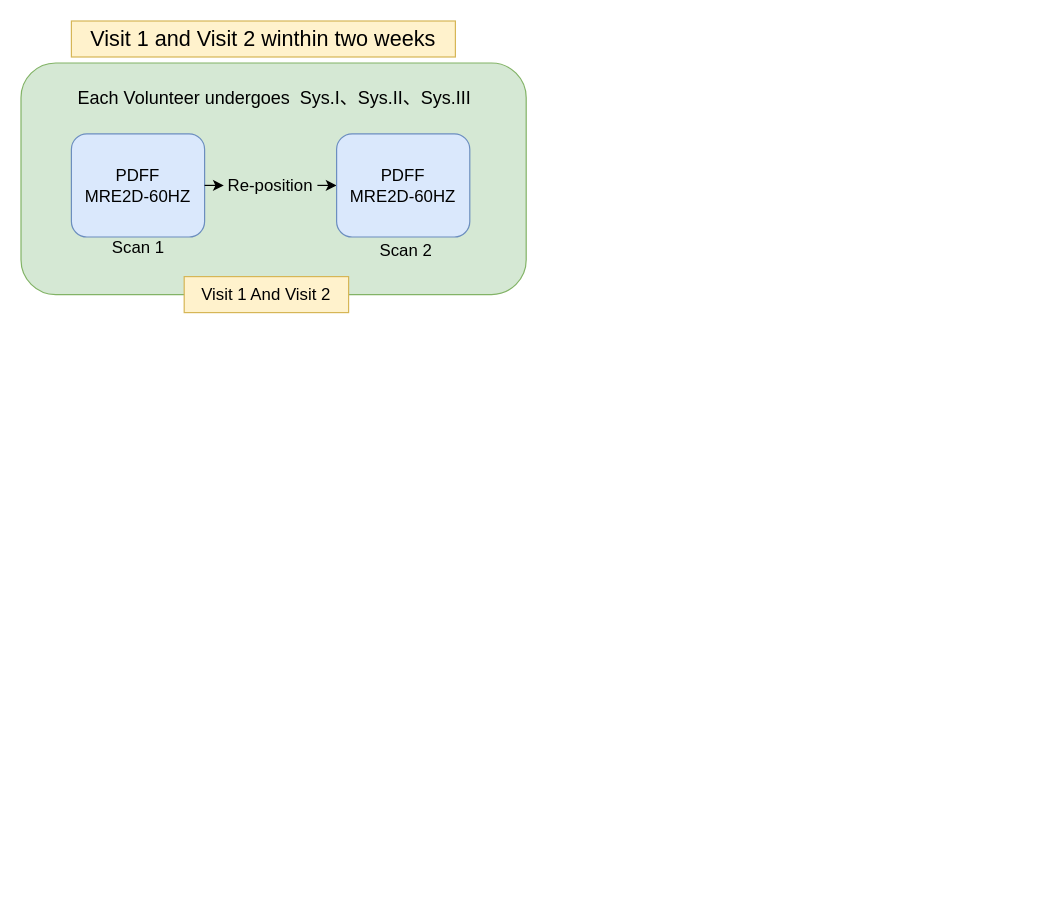
This is MRI.drawio from judy-shang/IODraws, a draw.io file, before an edit. Source tidied: cells renumbered, new cells numbered last; positions are measured from the earlier drawing's top-left corner, leaving out a move shared by most shapes. Both pictures are drawn from the tidied source at 120%, with x=0, y=0 at pixel (20, 20).
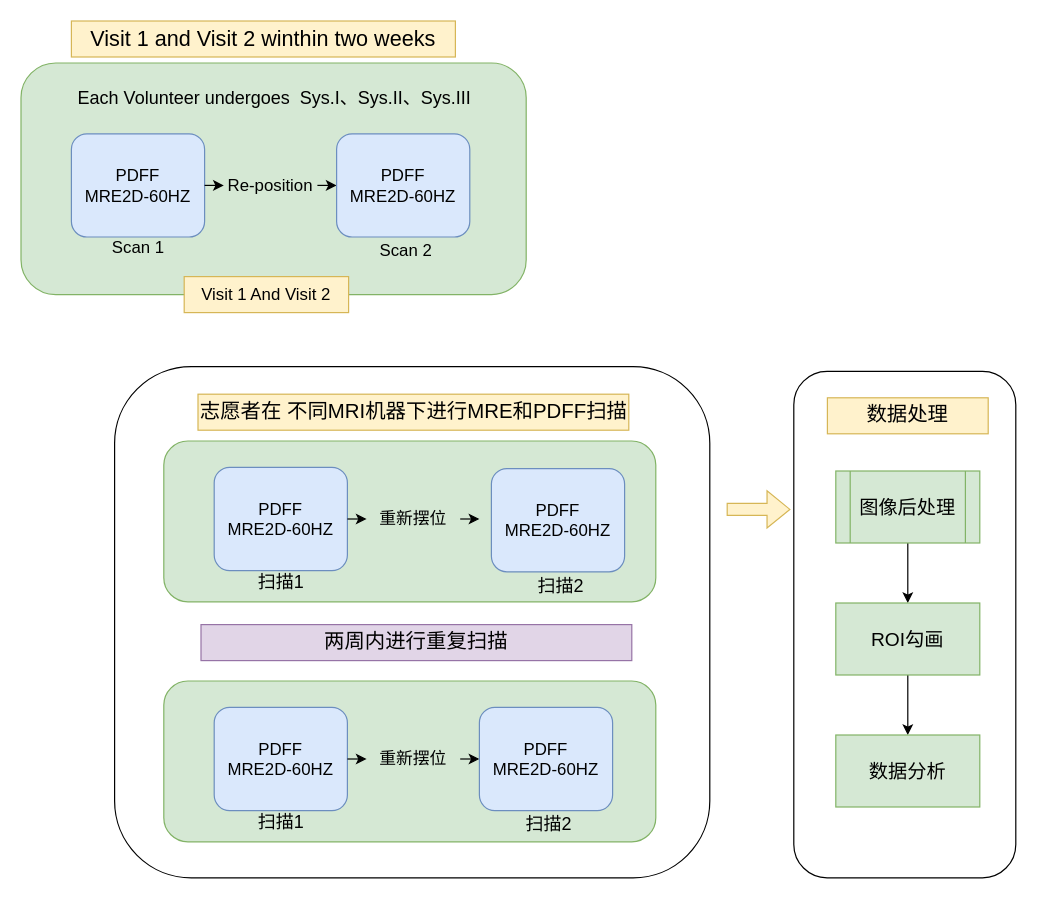
Above is the later version.

Diff of the diagram source:
```diff
@@
+    <mxCell id="15" style="rounded=1;whiteSpace=wrap;html=1;" parent="1" vertex="1">
+      <mxGeometry x="644" y="292" width="185" height="422" as="geometry" />
+    </mxCell>
+    <mxCell id="16" style="rounded=1;whiteSpace=wrap;html=1;" parent="1" vertex="1">
+      <mxGeometry x="78" y="288" width="496" height="426" as="geometry" />
+    </mxCell>
@@
+    <mxCell id="17" style="rounded=1;whiteSpace=wrap;html=1;fillColor=#d5e8d4;strokeColor=#82b366;" parent="1" vertex="1">
+      <mxGeometry x="119" y="350" width="410" height="134" as="geometry" />
+    </mxCell>
+    <mxCell id="18" value="&lt;font style=&quot;font-size: 17px;&quot;&gt;志愿者在 不同MRI机器下进行MRE和PDFF扫描&lt;/font&gt;" style="text;html=1;whiteSpace=wrap;strokeColor=#d6b656;fillColor=#fff2cc;align=center;verticalAlign=middle;rounded=0;fontSize=15;" parent="1" vertex="1">
+      <mxGeometry x="147.5" y="311" width="359" height="30" as="geometry" />
+    </mxCell>
+    <mxCell id="19" style="edgeStyle=orthogonalEdgeStyle;rounded=0;jettySize=auto;html=1;exitX=1;exitY=0.5;exitDx=0;exitDy=0;entryX=0;entryY=0.5;entryDx=0;entryDy=0;" parent="1" edge="1" source="24">
+      <mxGeometry relative="1" as="geometry">
+        <mxPoint x="382" y="415" as="targetPoint" />
+      </mxGeometry>
+    </mxCell>
+    <mxCell id="20" style="group;" parent="1" vertex="1">
+      <mxGeometry x="161" y="372" width="111" height="123" as="geometry" />
+    </mxCell>
+    <mxCell id="21" value="PDFF&lt;div&gt;MRE2D-60HZ&lt;/div&gt;" style="rounded=1;whiteSpace=wrap;html=1;fontSize=14;fillColor=#dae8fc;strokeColor=#6c8ebf;" parent="20" vertex="1">
+      <mxGeometry width="111" height="86" as="geometry" />
+    </mxCell>
+    <mxCell id="22" value="&lt;font style=&quot;font-size: 15px;&quot;&gt;扫描1&lt;/font&gt;" style="text;html=1;whiteSpace=wrap;strokeColor=none;fillColor=none;align=center;verticalAlign=middle;rounded=0;fontSize=14;" parent="20" vertex="1">
+      <mxGeometry x="25.5" y="80" width="60" height="30" as="geometry" />
+    </mxCell>
+    <mxCell id="23" style="edgeStyle=orthogonalEdgeStyle;rounded=0;jettySize=auto;html=1;exitX=1;exitY=0.5;exitDx=0;exitDy=0;entryX=0;entryY=0.5;entryDx=0;entryDy=0;" parent="1" edge="1" source="21" target="24">
+      <mxGeometry relative="1" as="geometry" />
+    </mxCell>
+    <mxCell id="24" value="重新摆位" style="text;html=1;whiteSpace=wrap;strokeColor=none;fillColor=none;align=center;verticalAlign=middle;rounded=0;fontSize=14;" parent="1" vertex="1">
+      <mxGeometry x="288" y="400" width="78" height="30" as="geometry" />
+    </mxCell>
+    <mxCell id="25" value="&lt;font style=&quot;font-size: 17px;&quot;&gt;两周内进行重复扫描&lt;/font&gt;" style="text;html=1;whiteSpace=wrap;strokeColor=#9673a6;fillColor=#e1d5e7;align=center;verticalAlign=middle;rounded=0;fontSize=15;" parent="1" vertex="1">
+      <mxGeometry x="150" y="503" width="359" height="30" as="geometry" />
+    </mxCell>
+    <mxCell id="26" style="rounded=1;whiteSpace=wrap;html=1;fillColor=#d5e8d4;strokeColor=#82b366;" parent="1" vertex="1">
+      <mxGeometry x="119" y="550" width="410" height="134" as="geometry" />
+    </mxCell>
+    <mxCell id="27" style="edgeStyle=orthogonalEdgeStyle;rounded=0;jettySize=auto;html=1;exitX=1;exitY=0.5;exitDx=0;exitDy=0;entryX=0;entryY=0.5;entryDx=0;entryDy=0;" parent="1" edge="1" source="35" target="32">
+      <mxGeometry relative="1" as="geometry" />
+    </mxCell>
+    <mxCell id="28" style="group;" parent="1" vertex="1">
+      <mxGeometry x="161" y="572" width="111" height="123" as="geometry" />
+    </mxCell>
+    <mxCell id="29" value="PDFF&lt;div&gt;MRE2D-60HZ&lt;/div&gt;" style="rounded=1;whiteSpace=wrap;html=1;fontSize=14;fillColor=#dae8fc;strokeColor=#6c8ebf;" parent="28" vertex="1">
+      <mxGeometry width="111" height="86" as="geometry" />
+    </mxCell>
+    <mxCell id="30" value="&lt;font style=&quot;font-size: 15px;&quot;&gt;扫描1&lt;/font&gt;" style="text;html=1;whiteSpace=wrap;strokeColor=none;fillColor=none;align=center;verticalAlign=middle;rounded=0;fontSize=14;" parent="28" vertex="1">
+      <mxGeometry x="25.5" y="80" width="60" height="30" as="geometry" />
+    </mxCell>
+    <mxCell id="31" style="group;" parent="1" vertex="1">
+      <mxGeometry x="382" y="572" width="111" height="121" as="geometry" />
+    </mxCell>
+    <mxCell id="32" value="PDFF&lt;div&gt;MRE2D-60HZ&lt;/div&gt;" style="rounded=1;whiteSpace=wrap;html=1;fontSize=14;fillColor=#dae8fc;strokeColor=#6c8ebf;" parent="31" vertex="1">
+      <mxGeometry width="111" height="86" as="geometry" />
+    </mxCell>
+    <mxCell id="33" value="&lt;font style=&quot;font-size: 15px;&quot;&gt;扫描2&lt;/font&gt;" style="text;html=1;whiteSpace=wrap;strokeColor=none;fillColor=none;align=center;verticalAlign=middle;rounded=0;fontSize=14;" parent="31" vertex="1">
+      <mxGeometry x="28" y="82" width="60" height="30" as="geometry" />
+    </mxCell>
+    <mxCell id="34" style="edgeStyle=orthogonalEdgeStyle;rounded=0;jettySize=auto;html=1;exitX=1;exitY=0.5;exitDx=0;exitDy=0;entryX=0;entryY=0.5;entryDx=0;entryDy=0;" parent="1" edge="1" source="29" target="35">
+      <mxGeometry relative="1" as="geometry" />
+    </mxCell>
+    <mxCell id="35" value="重新摆位" style="text;html=1;whiteSpace=wrap;strokeColor=none;fillColor=none;align=center;verticalAlign=middle;rounded=0;fontSize=14;" parent="1" vertex="1">
+      <mxGeometry x="288" y="600" width="78" height="30" as="geometry" />
+    </mxCell>
+    <mxCell id="36" style="edgeStyle=orthogonalEdgeStyle;rounded=0;jettySize=auto;html=1;" parent="1" edge="1" source="37" target="43">
+      <mxGeometry relative="1" as="geometry" />
+    </mxCell>
+    <mxCell id="37" value="&lt;font style=&quot;font-size: 16px;&quot;&gt;图像后处理&lt;/font&gt;" style="shape=process;whiteSpace=wrap;html=1;backgroundOutline=1;fillColor=#d5e8d4;strokeColor=#82b366;" parent="1" vertex="1">
+      <mxGeometry x="679" y="375" width="120" height="60" as="geometry" />
+    </mxCell>
+    <mxCell id="38" style="shape=flexArrow;endArrow=classic;html=1;rounded=0;fillColor=#fff2cc;strokeColor=#d6b656;" parent="1" edge="1">
+      <mxGeometry relative="1" as="geometry">
+        <mxPoint x="588" y="407" as="sourcePoint" />
+        <mxPoint x="641.2" y="407" as="targetPoint" />
+      </mxGeometry>
+    </mxCell>
+    <mxCell id="39" style="group;" parent="1" vertex="1">
+      <mxGeometry x="392" y="373" width="111" height="121" as="geometry" />
+    </mxCell>
+    <mxCell id="40" value="PDFF&lt;div&gt;MRE2D-60HZ&lt;/div&gt;" style="rounded=1;whiteSpace=wrap;html=1;fontSize=14;fillColor=#dae8fc;strokeColor=#6c8ebf;" parent="39" vertex="1">
+      <mxGeometry width="111" height="86" as="geometry" />
+    </mxCell>
+    <mxCell id="41" value="&lt;font style=&quot;font-size: 15px;&quot;&gt;扫描2&lt;/font&gt;" style="text;html=1;whiteSpace=wrap;strokeColor=none;fillColor=none;align=center;verticalAlign=middle;rounded=0;fontSize=14;" parent="39" vertex="1">
+      <mxGeometry x="28" y="82" width="60" height="30" as="geometry" />
+    </mxCell>
+    <mxCell id="42" style="edgeStyle=orthogonalEdgeStyle;rounded=0;jettySize=auto;html=1;" parent="1" edge="1" source="43" target="44">
+      <mxGeometry relative="1" as="geometry" />
+    </mxCell>
+    <mxCell id="43" value="&lt;font style=&quot;font-size: 16px;&quot;&gt;ROI勾画&lt;/font&gt;" style="whiteSpace=wrap;html=1;fillColor=#d5e8d4;strokeColor=#82b366;" parent="1" vertex="1">
+      <mxGeometry x="679" y="485" width="120" height="60" as="geometry" />
+    </mxCell>
+    <mxCell id="44" value="&lt;font style=&quot;font-size: 16px;&quot;&gt;数据分析&lt;/font&gt;" style="whiteSpace=wrap;html=1;fillColor=#d5e8d4;strokeColor=#82b366;" parent="1" vertex="1">
+      <mxGeometry x="679" y="595" width="120" height="60" as="geometry" />
+    </mxCell>
+    <mxCell id="45" value="&lt;font style=&quot;font-size: 17px;&quot;&gt;数据处理&lt;/font&gt;" style="text;html=1;whiteSpace=wrap;strokeColor=#d6b656;fillColor=#fff2cc;align=center;verticalAlign=middle;rounded=0;fontSize=15;" parent="1" vertex="1">
+      <mxGeometry x="672" y="314" width="134" height="30" as="geometry" />
+    </mxCell>
```
